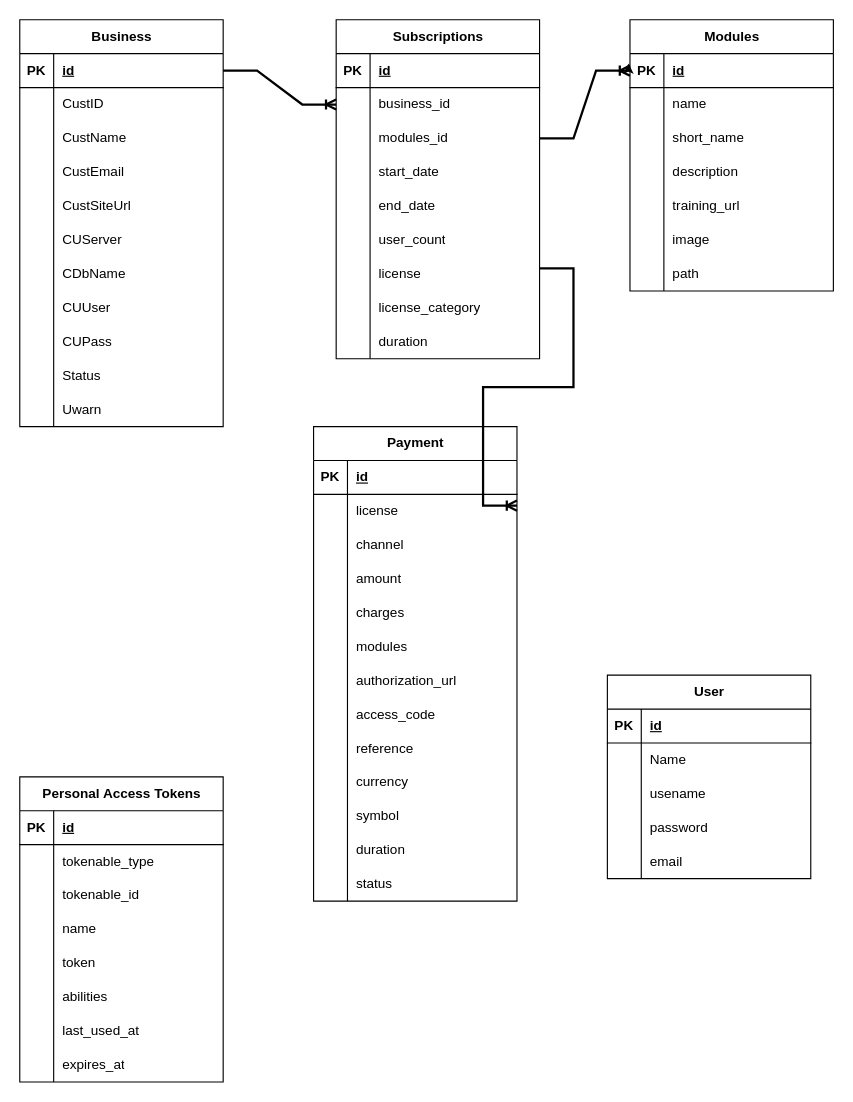
Before: workwave admin db.drawio in Soft-Solution-Limited/DB-designs, a draw.io diagram. Source tidied: cells renumbered, new cells numbered last; positions are measured from the earlier drawing's top-left corner, leaving out a move shared by most shapes. Both pictures are drawn from the tidied source at 113%, with x=0, y=0 at pixel (19, 19).
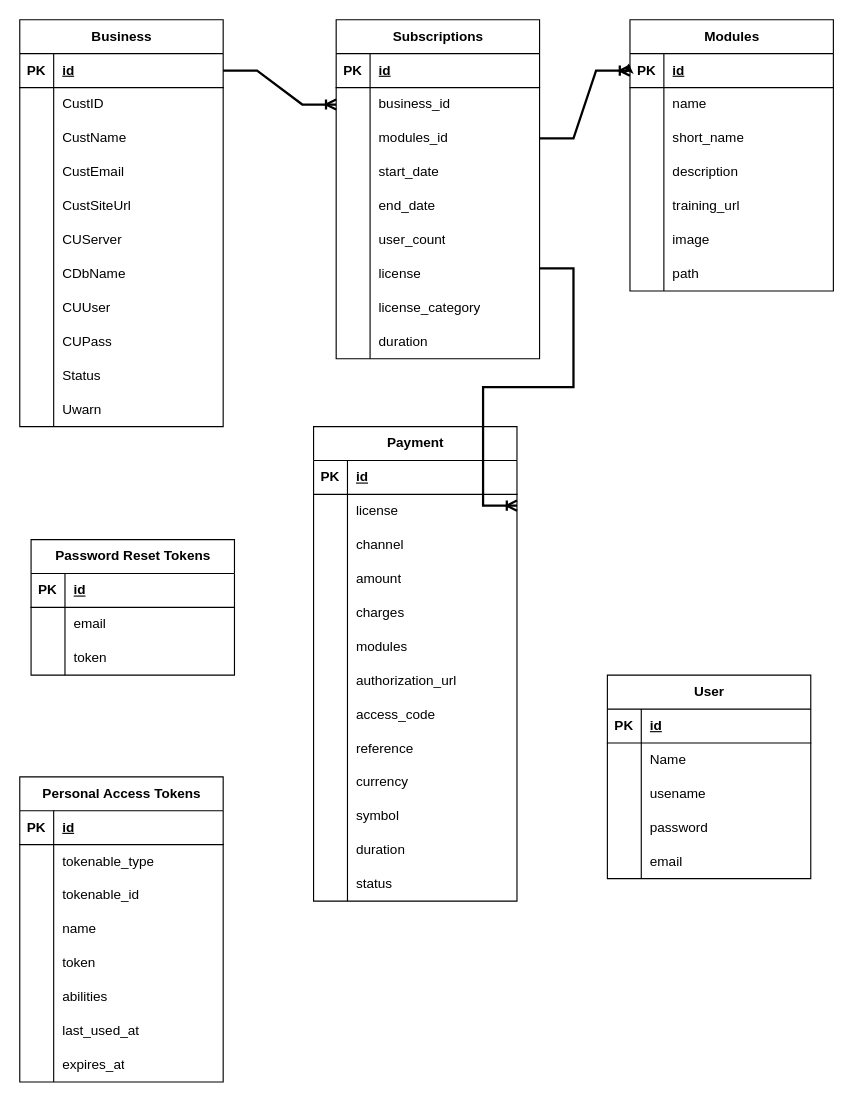
Above is the later version.

What changed in the source:
```diff
@@
+    <mxCell id="171" value="Password Reset Tokens" style="shape=table;startSize=30;childLayout=tableLayout;rowLines=0;fontStyle=1;align=center;html=1;" parent="1" vertex="1">
+      <mxGeometry x="10" y="460" width="180" height="120" as="geometry" />
+    </mxCell>
+    <mxCell id="172" style="shape=tableRow;horizontal=0;startSize=0;swimlaneHead=0;swimlaneBody=0;fillColor=none;top=0;left=0;right=0;bottom=1;" parent="171" vertex="1">
+      <mxGeometry y="30" width="180" height="30" as="geometry" />
+    </mxCell>
+    <mxCell id="173" value="PK" style="shape=partialRectangle;fillColor=none;top=0;left=0;bottom=0;right=0;fontStyle=1;overflow=hidden;whiteSpace=wrap;html=1;" parent="172" vertex="1">
+      <mxGeometry width="30" height="30" as="geometry" />
+    </mxCell>
+    <mxCell id="174" value="id" style="shape=partialRectangle;fillColor=none;top=0;left=0;bottom=0;right=0;align=left;spacingLeft=6;fontStyle=5;overflow=hidden;whiteSpace=wrap;html=1;" parent="172" vertex="1">
+      <mxGeometry x="30" width="150" height="30" as="geometry" />
+    </mxCell>
+    <mxCell id="175" style="shape=tableRow;horizontal=0;startSize=0;swimlaneHead=0;swimlaneBody=0;fillColor=none;top=0;left=0;right=0;bottom=0;" parent="171" vertex="1">
+      <mxGeometry y="60" width="180" height="30" as="geometry" />
+    </mxCell>
+    <mxCell id="176" style="shape=partialRectangle;fillColor=none;top=0;left=0;bottom=0;right=0;overflow=hidden;whiteSpace=wrap;html=1;" parent="175" vertex="1">
+      <mxGeometry width="30" height="30" as="geometry" />
+    </mxCell>
+    <mxCell id="177" value="email" style="shape=partialRectangle;fillColor=none;top=0;left=0;bottom=0;right=0;align=left;spacingLeft=6;overflow=hidden;whiteSpace=wrap;html=1;" parent="175" vertex="1">
+      <mxGeometry x="30" width="150" height="30" as="geometry" />
+    </mxCell>
+    <mxCell id="178" style="shape=tableRow;horizontal=0;startSize=0;swimlaneHead=0;swimlaneBody=0;fillColor=none;top=0;left=0;right=0;bottom=0;" parent="171" vertex="1">
+      <mxGeometry y="90" width="180" height="30" as="geometry" />
+    </mxCell>
+    <mxCell id="179" style="shape=partialRectangle;fillColor=none;top=0;left=0;bottom=0;right=0;overflow=hidden;whiteSpace=wrap;html=1;" parent="178" vertex="1">
+      <mxGeometry width="30" height="30" as="geometry" />
+    </mxCell>
+    <mxCell id="180" value="token" style="shape=partialRectangle;fillColor=none;top=0;left=0;bottom=0;right=0;align=left;spacingLeft=6;overflow=hidden;whiteSpace=wrap;html=1;" parent="178" vertex="1">
+      <mxGeometry x="30" width="150" height="30" as="geometry" />
+    </mxCell>
```
